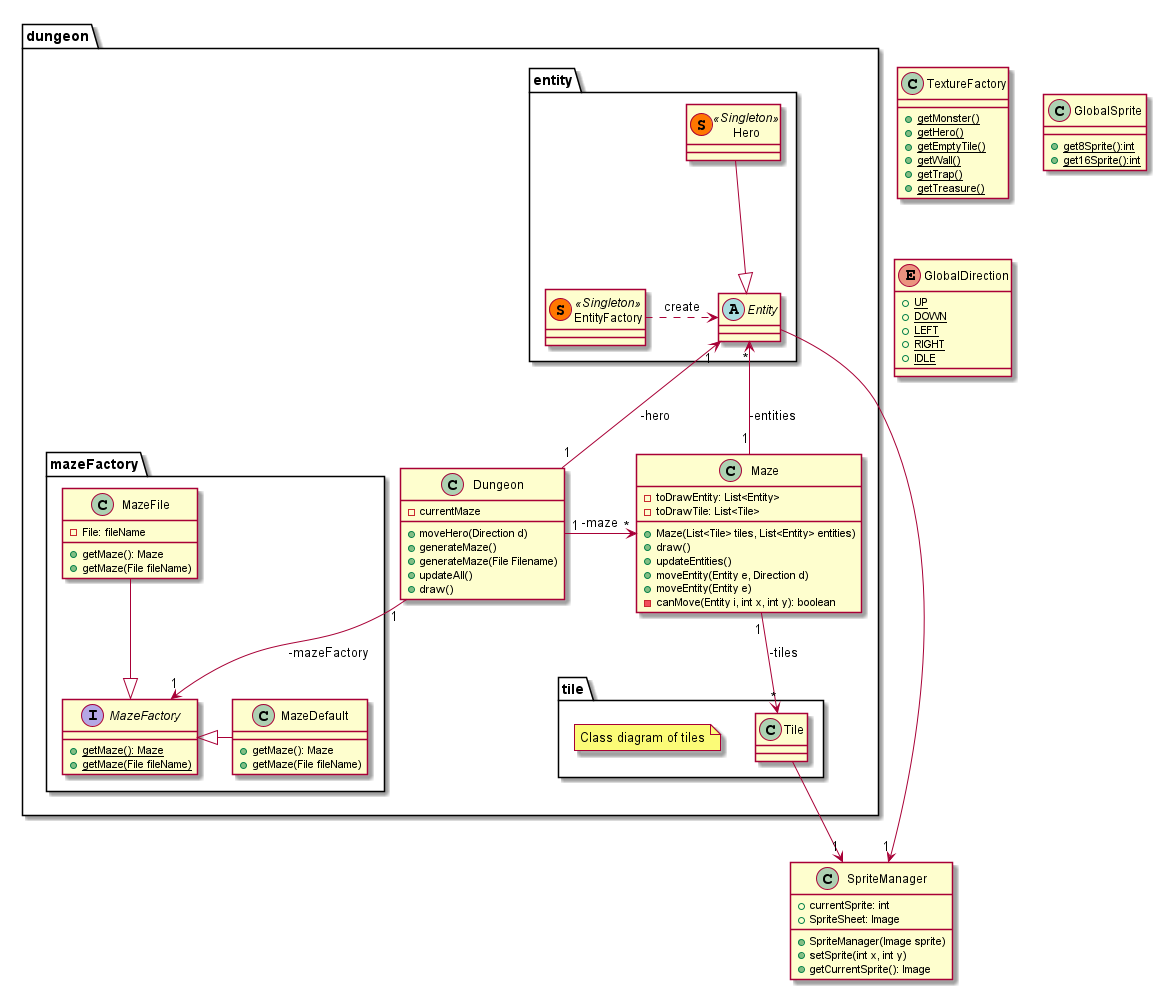
Reynault/ACL_2019_Zelpop keeps this PlantUML diagram as doc/first_sprint/diagrams/class/global.png. Above is the earlier version.
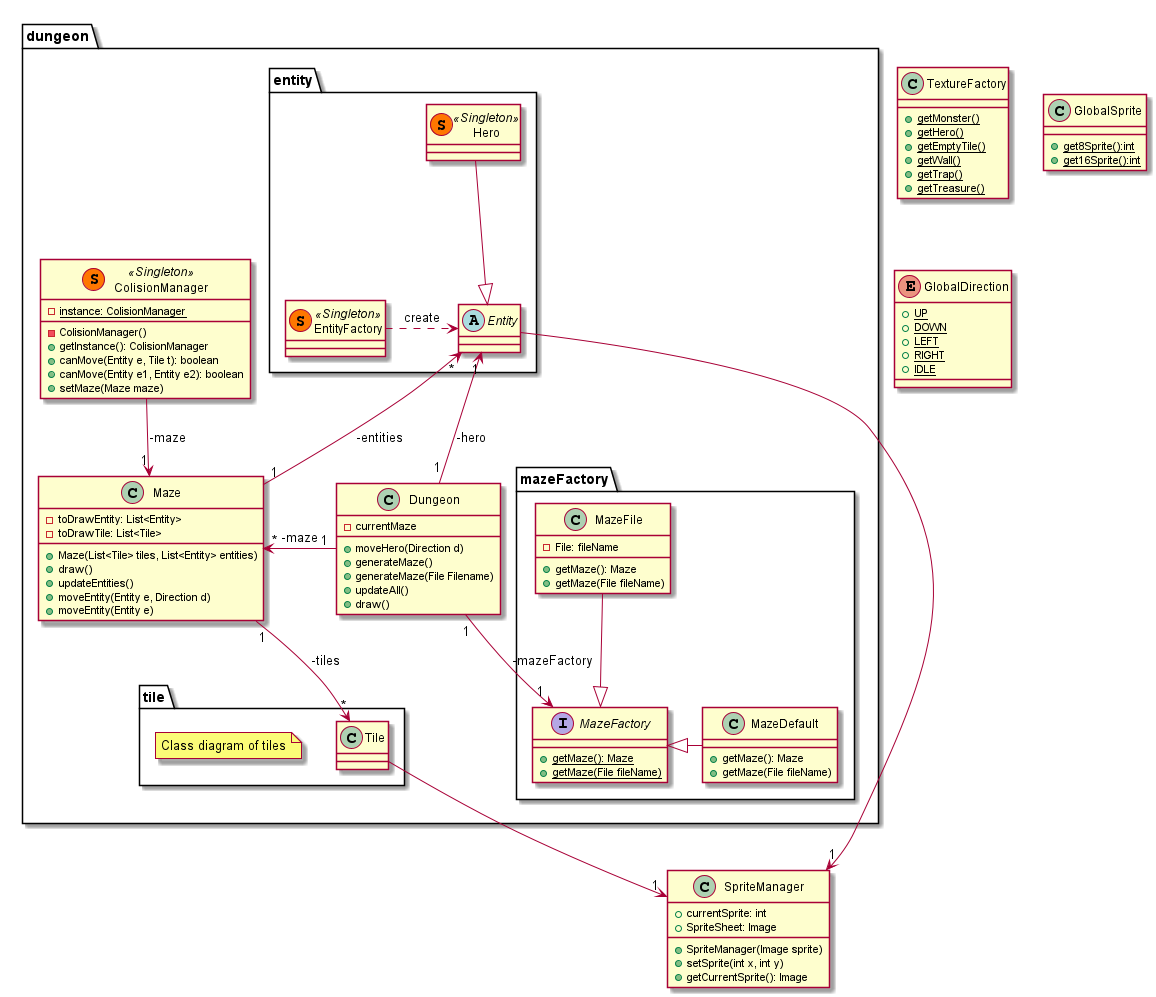
Later version of the same file.

Diff of the diagram source:
```diff
@@ -19,7 +19,6 @@
         + updateEntities()
         + moveEntity(Entity e, Direction d)
         + moveEntity(Entity e)
-        - canMove(Entity i, int x, int y): boolean
     }
 
     package tile{
@@ -47,6 +46,17 @@
         }
 
     }
+
+    class ColisionManager << (S,#FF7700) Singleton >>{
+        - {static} instance: ColisionManager
+        - ColisionManager()
+        + getInstance(): ColisionManager
+        + canMove(Entity e, Tile t): boolean
+        + canMove(Entity e1, Entity e2): boolean
+        + setMaze(Maze maze)
+    }
+
+    ColisionManager --> "1" Maze: -maze
 
     package mazeFactory{
 
```
